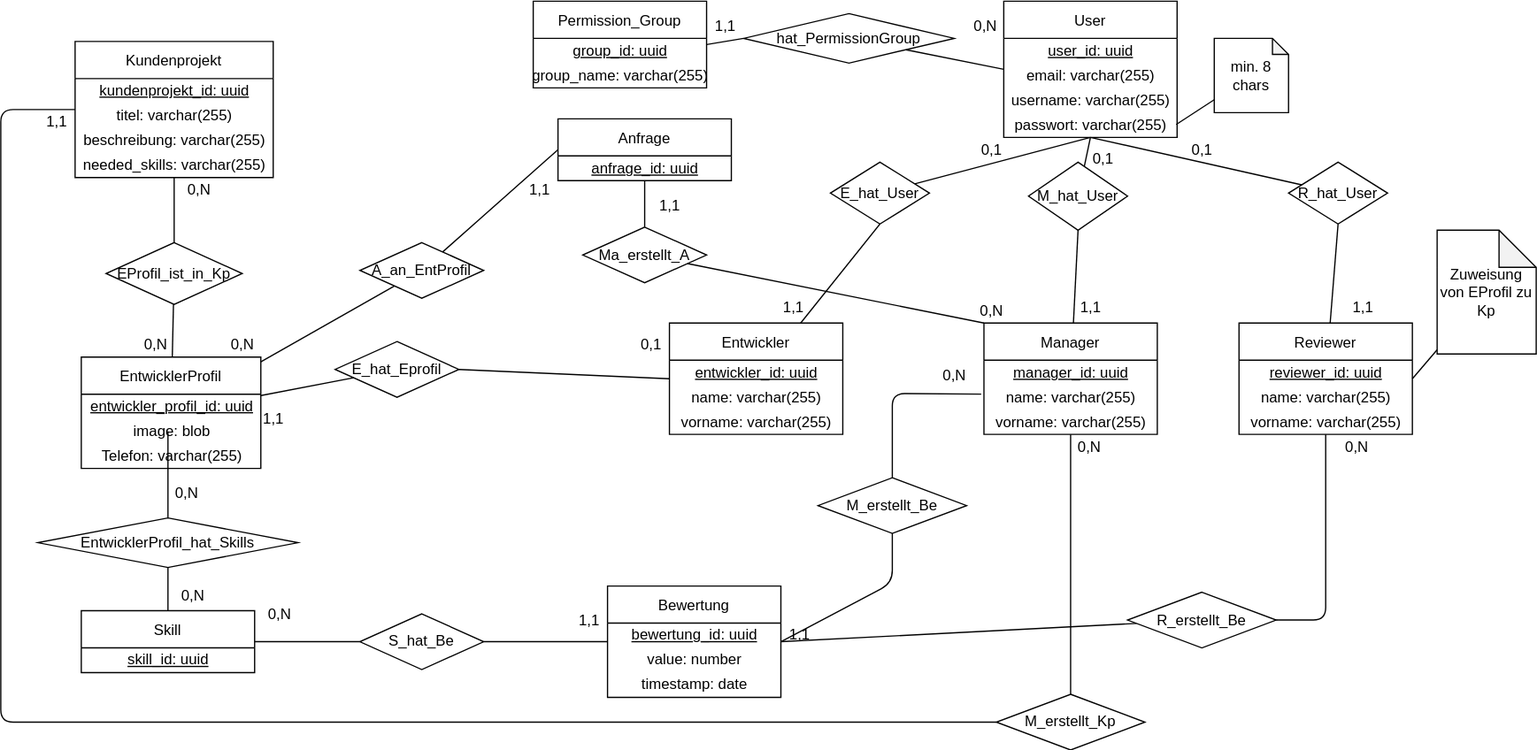
Above: docs/diagram/ERDiagramm-Semantisch.svg in TomKeppeler/WRAM (draw.io), before the change. Source tidied: cells renumbered, new cells last; positions are measured from the earlier drawing's top-left corner, leaving out a move shared by most shapes.
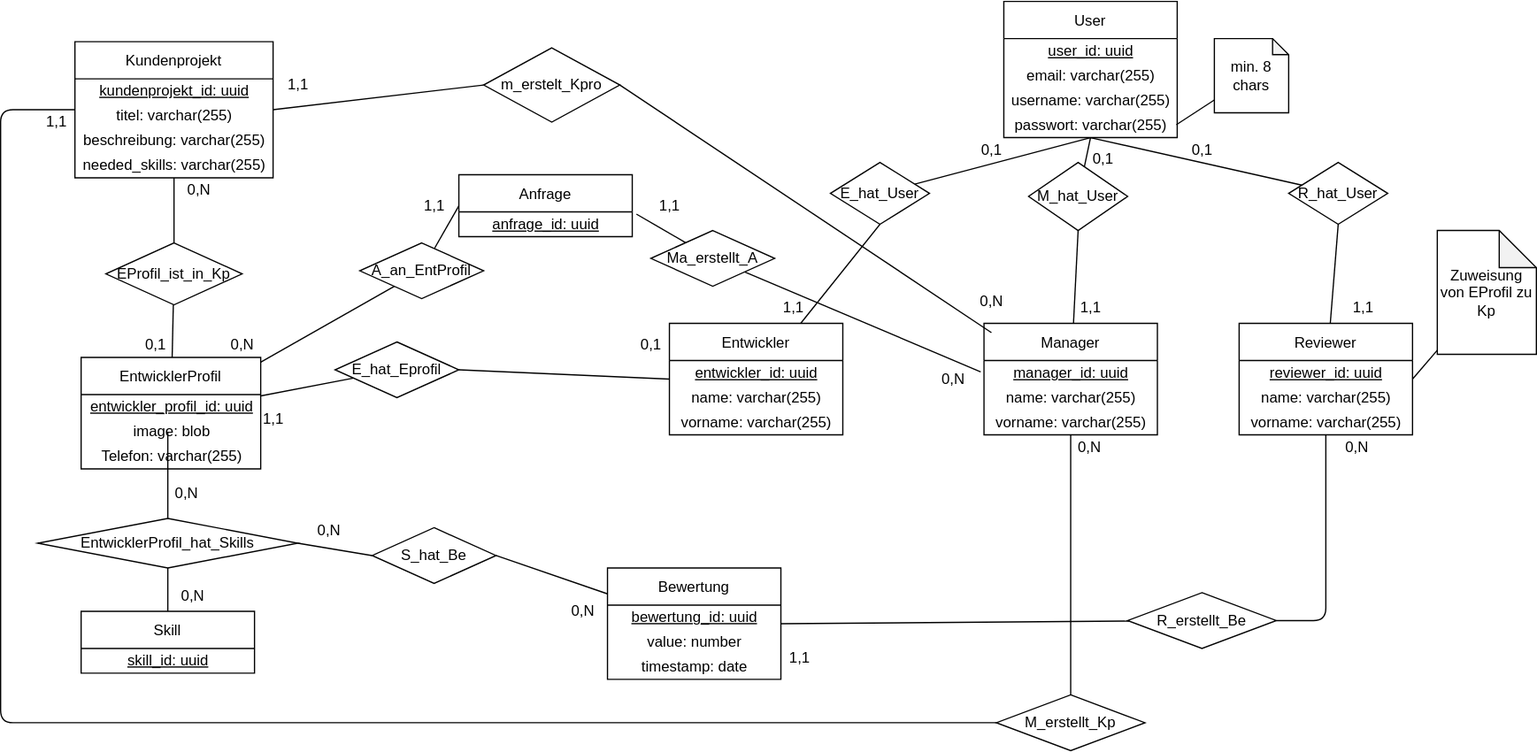
The same file after the commit.

Change to the diagram source:
```diff
@@ -2,21 +2,6 @@
   <root>
     <mxCell id="0" />
     <mxCell id="1" parent="0" />
-    <mxCell id="2" style="edgeStyle=none;html=1;entryX=0;entryY=0.5;entryDx=0;entryDy=0;endArrow=none;endFill=0;exitX=1;exitY=0.5;exitDx=0;exitDy=0;" parent="1" edge="1" source="54" target="4">
-      <mxGeometry relative="1" as="geometry" />
-    </mxCell>
-    <mxCell id="3" style="edgeStyle=none;html=1;entryX=0;entryY=0.5;entryDx=0;entryDy=0;endArrow=none;endFill=0;" parent="1" edge="1" source="4" target="57">
-      <mxGeometry relative="1" as="geometry" />
-    </mxCell>
-    <mxCell id="4" value="hat_PermissionGroup" style="rhombus;whiteSpace=wrap;html=1;" parent="1" vertex="1">
-      <mxGeometry x="600" y="10.5" width="170" height="40" as="geometry" />
-    </mxCell>
-    <mxCell id="5" value="1,1" style="text;html=1;align=center;verticalAlign=middle;strokeColor=none;fillColor=none;" parent="1" vertex="1">
-      <mxGeometry x="570" y="10.5" width="30" height="20" as="geometry" />
-    </mxCell>
-    <mxCell id="6" value="0,N" style="text;html=1;align=center;verticalAlign=middle;strokeColor=none;fillColor=none;" parent="1" vertex="1">
-      <mxGeometry x="780" y="10.5" width="30" height="20" as="geometry" />
-    </mxCell>
     <mxCell id="7" value="Kundenprojekt" style="swimlane;fontStyle=0;horizontal=1;startSize=30;" parent="1" vertex="1">
       <mxGeometry x="60" y="33" width="160" height="110" as="geometry" />
     </mxCell>
@@ -98,7 +83,7 @@
     <mxCell id="33" value="Telefon: varchar(255)" style="text;html=1;align=center;verticalAlign=middle;strokeColor=none;fillColor=none;" parent="30" vertex="1">
       <mxGeometry y="70" width="145" height="20" as="geometry" />
     </mxCell>
-    <mxCell id="34" style="edgeStyle=none;html=1;entryX=0;entryY=0.5;entryDx=0;entryDy=0;endArrow=none;endFill=0;" parent="1" edge="1" source="35" target="76">
+    <mxCell id="34" style="edgeStyle=none;html=1;entryX=0;entryY=0.5;entryDx=0;entryDy=0;endArrow=none;endFill=0;exitX=1;exitY=0.5;exitDx=0;exitDy=0;" parent="1" edge="1" source="70" target="76">
       <mxGeometry relative="1" as="geometry" />
     </mxCell>
     <mxCell id="35" value="Skill" style="swimlane;fontStyle=0;horizontal=1;startSize=30;" parent="1" vertex="1">
@@ -157,18 +142,9 @@
     <mxCell id="52" value="0,N" style="text;html=1;align=center;verticalAlign=middle;strokeColor=none;fillColor=none;" parent="1" vertex="1">
       <mxGeometry x="145" y="143" width="30" height="20" as="geometry" />
     </mxCell>
-    <mxCell id="53" value="0,N" style="text;html=1;align=center;verticalAlign=middle;strokeColor=none;fillColor=none;" parent="1" vertex="1">
-      <mxGeometry x="110" y="268" width="30" height="20" as="geometry" />
+    <mxCell id="53" value="0,1" style="text;html=1;align=center;verticalAlign=middle;strokeColor=none;fillColor=none;" parent="1" vertex="1">
+      <mxGeometry x="105" y="263" width="40" height="30" as="geometry" />
     </mxCell>
-    <mxCell id="54" value="Permission_Group" style="swimlane;fontStyle=0;horizontal=1;startSize=30;" parent="1" vertex="1">
-      <mxGeometry x="430" y="0.5" width="140" height="70" as="geometry" />
-    </mxCell>
-    <mxCell id="55" value="&lt;u&gt;group_id: uuid&lt;/u&gt;" style="text;html=1;align=center;verticalAlign=middle;strokeColor=none;fillColor=none;" parent="54" vertex="1">
-      <mxGeometry y="30" width="140" height="20" as="geometry" />
-    </mxCell>
-    <mxCell id="56" value="group_name: varchar(255)" style="text;html=1;align=center;verticalAlign=middle;strokeColor=none;fillColor=none;" parent="54" vertex="1">
-      <mxGeometry y="50" width="140" height="20" as="geometry" />
-    </mxCell>
     <mxCell id="57" value="User" style="swimlane;fontStyle=0;horizontal=1;startSize=30;" parent="1" vertex="1">
       <mxGeometry x="810" y="0.5" width="140" height="110" as="geometry" />
     </mxCell>
@@ -220,7 +196,7 @@
       <mxGeometry relative="1" as="geometry" />
     </mxCell>
     <mxCell id="72" value="Bewertung" style="swimlane;fontStyle=0;horizontal=1;startSize=30;" parent="1" vertex="1">
-      <mxGeometry x="490" y="473" width="140" height="90" as="geometry" />
+      <mxGeometry x="490" y="458" width="140" height="90" as="geometry" />
     </mxCell>
     <mxCell id="73" value="&lt;u&gt;bewertung_id: uuid&lt;/u&gt;" style="text;html=1;align=center;verticalAlign=middle;strokeColor=none;fillColor=none;" parent="72" vertex="1">
       <mxGeometry y="30" width="140" height="20" as="geometry" />
@@ -232,13 +208,13 @@
       <mxGeometry y="70" width="140" height="20" as="geometry" />
     </mxCell>
     <mxCell id="76" value="S_hat_Be" style="rhombus;whiteSpace=wrap;html=1;fontStyle=0;startSize=30;" parent="1" vertex="1">
-      <mxGeometry x="290" y="495.5" width="100" height="45" as="geometry" />
+      <mxGeometry x="300" y="425.5" width="100" height="45" as="geometry" />
     </mxCell>
     <mxCell id="77" value="0,N" style="text;html=1;align=center;verticalAlign=middle;strokeColor=none;fillColor=none;" parent="1" vertex="1">
-      <mxGeometry x="210" y="485.5" width="30" height="20" as="geometry" />
+      <mxGeometry x="250" y="418" width="30" height="20" as="geometry" />
     </mxCell>
-    <mxCell id="78" value="1,1" style="text;html=1;align=center;verticalAlign=middle;strokeColor=none;fillColor=none;" parent="1" vertex="1">
-      <mxGeometry x="460" y="490.5" width="30" height="20" as="geometry" />
+    <mxCell id="78" value="&lt;div&gt;0,N&lt;/div&gt;" style="text;html=1;align=center;verticalAlign=middle;strokeColor=none;fillColor=none;" parent="1" vertex="1">
+      <mxGeometry x="450" y="478" width="40" height="30" as="geometry" />
     </mxCell>
     <mxCell id="79" style="edgeStyle=none;html=1;entryX=1;entryY=0.5;entryDx=0;entryDy=0;endArrow=none;endFill=0;" parent="1" edge="1" source="80" target="72">
       <mxGeometry relative="1" as="geometry" />
@@ -253,49 +229,26 @@
         </Array>
       </mxGeometry>
     </mxCell>
-    <mxCell id="82" style="edgeStyle=none;html=1;entryX=-0.016;entryY=0.373;entryDx=0;entryDy=0;entryPerimeter=0;endArrow=none;endFill=0;" parent="1" edge="1" source="84" target="21">
-      <mxGeometry relative="1" as="geometry">
-        <Array as="points">
-          <mxPoint x="720" y="317.5" />
-        </Array>
-      </mxGeometry>
-    </mxCell>
-    <mxCell id="83" style="edgeStyle=none;html=1;entryX=1;entryY=0.5;entryDx=0;entryDy=0;endArrow=none;endFill=0;" parent="1" edge="1" source="84" target="72">
-      <mxGeometry relative="1" as="geometry">
-        <Array as="points">
-          <mxPoint x="720" y="470.5" />
-        </Array>
-      </mxGeometry>
-    </mxCell>
-    <mxCell id="84" value="M_erstellt_Be" style="rhombus;whiteSpace=wrap;html=1;fontStyle=0;startSize=30;" parent="1" vertex="1">
-      <mxGeometry x="660" y="385.5" width="120" height="45" as="geometry" />
-    </mxCell>
-    <mxCell id="85" value="0,N" style="text;html=1;align=center;verticalAlign=middle;strokeColor=none;fillColor=none;" parent="1" vertex="1">
-      <mxGeometry x="755" y="293" width="30" height="20" as="geometry" />
-    </mxCell>
-    <mxCell id="86" value="1,1" style="text;html=1;align=center;verticalAlign=middle;strokeColor=none;fillColor=none;" parent="1" vertex="1">
-      <mxGeometry x="630" y="503" width="30" height="20" as="geometry" />
-    </mxCell>
     <mxCell id="87" value="0,N" style="text;html=1;align=center;verticalAlign=middle;strokeColor=none;fillColor=none;" parent="1" vertex="1">
       <mxGeometry x="1080" y="350.5" width="30" height="20" as="geometry" />
     </mxCell>
     <mxCell id="88" value="Anfrage" style="swimlane;fontStyle=0;horizontal=1;startSize=30;" parent="1" vertex="1">
-      <mxGeometry x="450" y="95.5" width="140" height="50" as="geometry" />
+      <mxGeometry x="370" y="140.5" width="140" height="50" as="geometry" />
     </mxCell>
     <mxCell id="89" value="&lt;u&gt;anfrage_id: uuid&lt;/u&gt;" style="text;html=1;align=center;verticalAlign=middle;points=[];strokeColor=none;fillColor=none;" parent="88" vertex="1">
       <mxGeometry y="30" width="140" height="20" as="geometry" />
     </mxCell>
-    <mxCell id="90" style="edgeStyle=none;html=1;entryX=0;entryY=0;entryDx=0;entryDy=0;endArrow=none;endFill=0;" parent="1" edge="1" source="92" target="19">
+    <mxCell id="90" style="edgeStyle=none;html=1;entryX=-0.019;entryY=0.457;entryDx=0;entryDy=0;endArrow=none;endFill=0;entryPerimeter=0;" parent="1" edge="1" source="92" target="20">
       <mxGeometry relative="1" as="geometry" />
     </mxCell>
-    <mxCell id="91" style="edgeStyle=none;html=1;entryX=0.5;entryY=1;entryDx=0;entryDy=0;endArrow=none;endFill=0;" parent="1" edge="1" source="92" target="88">
+    <mxCell id="91" style="edgeStyle=none;html=1;entryX=1.024;entryY=0.088;entryDx=0;entryDy=0;endArrow=none;endFill=0;entryPerimeter=0;" parent="1" edge="1" source="92" target="89">
       <mxGeometry relative="1" as="geometry" />
     </mxCell>
     <mxCell id="92" value="Ma_erstellt_A" style="rhombus;whiteSpace=wrap;html=1;fontStyle=0;startSize=30;" parent="1" vertex="1">
-      <mxGeometry x="470" y="183" width="100" height="45" as="geometry" />
+      <mxGeometry x="525" y="185.5" width="100" height="45" as="geometry" />
     </mxCell>
     <mxCell id="93" value="0,N" style="text;html=1;align=center;verticalAlign=middle;strokeColor=none;fillColor=none;" parent="1" vertex="1">
-      <mxGeometry x="785" y="240.5" width="30" height="20" as="geometry" />
+      <mxGeometry x="754" y="295.5" width="30" height="20" as="geometry" />
     </mxCell>
     <mxCell id="94" style="edgeStyle=none;html=1;entryX=0;entryY=0.5;entryDx=0;entryDy=0;endArrow=none;endFill=0;" parent="1" edge="1" source="96" target="88">
       <mxGeometry relative="1" as="geometry" />
@@ -310,7 +263,7 @@
       <mxGeometry x="180" y="268" width="30" height="20" as="geometry" />
     </mxCell>
     <mxCell id="98" value="1,1" style="text;html=1;align=center;verticalAlign=middle;strokeColor=none;fillColor=none;" parent="1" vertex="1">
-      <mxGeometry x="420" y="143" width="30" height="20" as="geometry" />
+      <mxGeometry x="335" y="155.5" width="30" height="20" as="geometry" />
     </mxCell>
     <mxCell id="99" value="1,1" style="text;html=1;align=center;verticalAlign=middle;strokeColor=none;fillColor=none;" parent="1" vertex="1">
       <mxGeometry x="525" y="155.5" width="30" height="20" as="geometry" />
@@ -336,5 +289,23 @@
     <mxCell id="106" value="&lt;div&gt;0,1&lt;/div&gt;" style="text;html=1;align=center;verticalAlign=middle;strokeColor=none;fillColor=none;" parent="1" vertex="1">
       <mxGeometry x="950" y="105.5" width="40" height="30" as="geometry" />
     </mxCell>
+    <mxCell id="107" value="1,1" style="text;html=1;align=center;verticalAlign=middle;strokeColor=none;fillColor=none;" parent="1" vertex="1">
+      <mxGeometry x="630" y="520.5" width="30" height="20" as="geometry" />
+    </mxCell>
+    <mxCell id="108" style="edgeStyle=none;html=1;endArrow=none;endFill=0;exitX=1;exitY=0.5;exitDx=0;exitDy=0;entryX=0.043;entryY=0.083;entryDx=0;entryDy=0;entryPerimeter=0;" parent="1" edge="1" source="109" target="19">
+      <mxGeometry relative="1" as="geometry" />
+    </mxCell>
+    <mxCell id="109" value="m_erstelt_Kpro" style="rhombus;whiteSpace=wrap;html=1;" parent="1" vertex="1">
+      <mxGeometry x="390" y="38" width="110" height="60" as="geometry" />
+    </mxCell>
+    <mxCell id="110" style="edgeStyle=none;html=1;endArrow=none;endFill=0;exitX=1;exitY=0.25;exitDx=0;exitDy=0;exitPerimeter=0;entryX=0;entryY=0.5;entryDx=0;entryDy=0;" parent="1" edge="1" source="9" target="109">
+      <mxGeometry relative="1" as="geometry" />
+    </mxCell>
+    <mxCell id="111" value="0,N" style="text;html=1;align=center;verticalAlign=middle;strokeColor=none;fillColor=none;" parent="1" vertex="1">
+      <mxGeometry x="780" y="228" width="40" height="30" as="geometry" />
+    </mxCell>
+    <mxCell id="112" value="1,1" style="text;html=1;align=center;verticalAlign=middle;strokeColor=none;fillColor=none;" parent="1" vertex="1">
+      <mxGeometry x="220" y="53" width="40" height="30" as="geometry" />
+    </mxCell>
   </root>
 </mxGraphModel>
```
